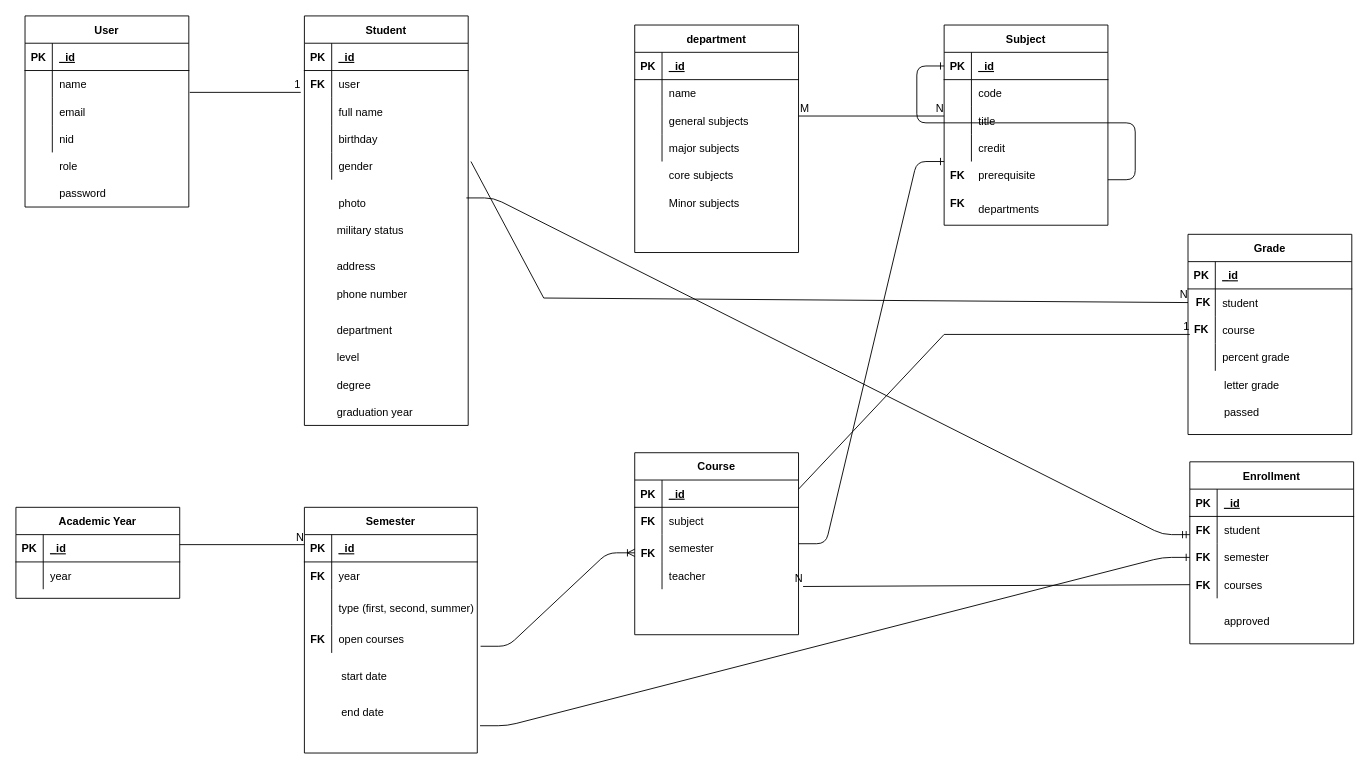
fadibeshay/FSSR-Enrollment keeps this draw.io diagram as backend/uml.drawio. Above is the earlier version. Source tidied: cells renumbered, new cells numbered last; positions are measured from the earlier drawing's top-left corner, leaving out a move shared by most shapes. Both pictures are drawn from the tidied source at 91%, with x=0, y=0 at pixel (15, 15).
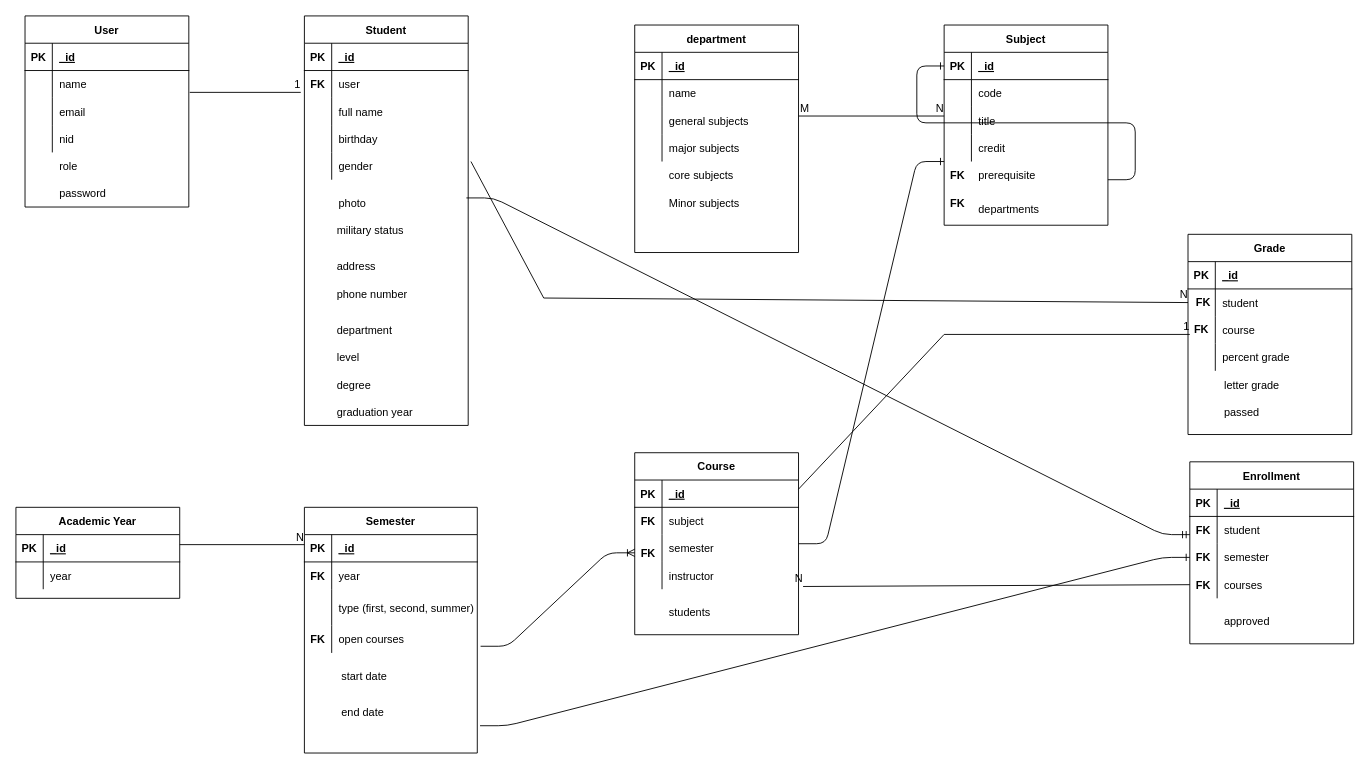
After the change.

The change refers to these unchanged cells:
```xml
<mxCell id="123" style="shape=partialRectangle;fillColor=none;top=0;left=0;bottom=0;right=0;" parent="113" vertex="1">
  <mxGeometry y="120" width="180" height="30" as="geometry" />
</mxCell>
```

Change to the diagram source:
```diff
@@
-    <mxCell id="125" value="teacher" style="shape=partialRectangle;fillColor=none;top=0;left=0;bottom=0;right=0;align=left;spacingLeft=6;overflow=hidden;" parent="123" vertex="1">
+    <mxCell id="125" value="instructor" style="shape=partialRectangle;fillColor=none;top=0;left=0;bottom=0;right=0;align=left;spacingLeft=6;overflow=hidden;" parent="123" vertex="1">
       <mxGeometry x="30" width="150" height="30" as="geometry" />
     </mxCell>
@@
+    <mxCell id="185" style="shape=partialRectangle;fillColor=none;top=0;left=0;bottom=0;right=0;" parent="1" vertex="1">
+      <mxGeometry x="680" y="640" width="180" height="30" as="geometry" />
+    </mxCell>
+    <mxCell id="186" style="shape=partialRectangle;fillColor=none;top=0;left=0;bottom=0;right=0;overflow=hidden;" parent="185" vertex="1">
+      <mxGeometry width="30" height="30" as="geometry" />
+    </mxCell>
+    <mxCell id="187" value="students" style="shape=partialRectangle;fillColor=none;top=0;left=0;bottom=0;right=0;align=left;spacingLeft=6;overflow=hidden;" parent="185" vertex="1">
+      <mxGeometry x="30" width="150" height="30" as="geometry" />
+    </mxCell>
```
